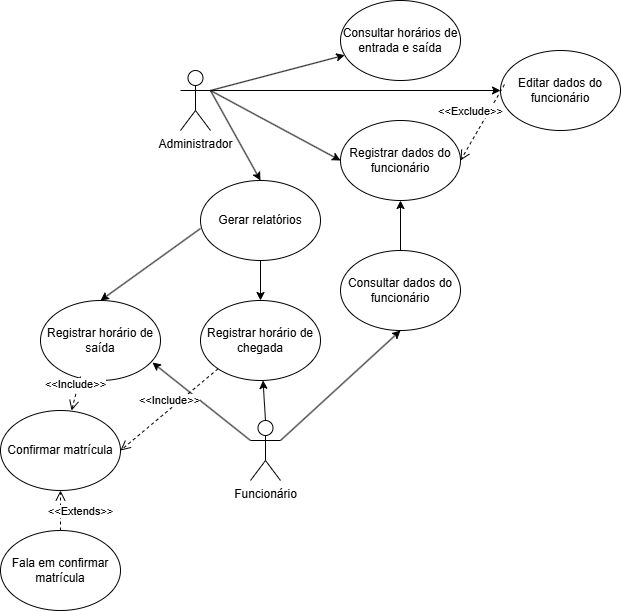
Earlier version of the draw.io export Diagrama Registro de Funcionário.drawio.png (lucass235/Entreviste_App). Source tidied: cells renumbered, new cells last; positions are measured from the earlier drawing's top-left corner, leaving out a move shared by most shapes. Its diagram source:
```xml
<mxGraphModel>
  <root>
    <mxCell id="0" />
    <mxCell id="1" parent="0" />
    <mxCell id="2" value="Administrador" style="shape=umlActor;verticalLabelPosition=bottom;verticalAlign=top;html=1;outlineConnect=0;" parent="1" vertex="1">
      <mxGeometry x="180" y="70" width="30" height="60" as="geometry" />
    </mxCell>
    <mxCell id="3" value="Funcionário" style="shape=umlActor;verticalLabelPosition=bottom;verticalAlign=top;html=1;outlineConnect=0;" parent="1" vertex="1">
      <mxGeometry x="250" y="420" width="30" height="60" as="geometry" />
    </mxCell>
    <mxCell id="4" value="Editar dados do funcionário" style="ellipse;whiteSpace=wrap;html=1;" parent="1" vertex="1">
      <mxGeometry x="500" y="50" width="120" height="80" as="geometry" />
    </mxCell>
    <mxCell id="5" style="endArrow=classic;html=1;rounded=0;exitX=1;exitY=0.3333333333333333;exitDx=0;exitDy=0;exitPerimeter=0;" parent="1" edge="1" source="2" target="6">
      <mxGeometry relative="1" as="geometry" />
    </mxCell>
    <mxCell id="6" value="Consultar horários de entrada e saída" style="ellipse;whiteSpace=wrap;html=1;" parent="1" vertex="1">
      <mxGeometry x="340" width="120" height="80" as="geometry" />
    </mxCell>
    <mxCell id="7" value="Gerar relatórios" style="ellipse;whiteSpace=wrap;html=1;" parent="1" vertex="1">
      <mxGeometry x="200" y="180" width="120" height="80" as="geometry" />
    </mxCell>
    <mxCell id="8" style="endArrow=classic;html=1;rounded=0;entryX=0.5;entryY=0;entryDx=0;entryDy=0;" parent="1" edge="1" target="7">
      <mxGeometry relative="1" as="geometry">
        <mxPoint x="210" y="90" as="sourcePoint" />
      </mxGeometry>
    </mxCell>
    <mxCell id="9" style="endArrow=classic;html=1;rounded=0;exitX=0.5;exitY=0;exitDx=0;exitDy=0;entryX=0.5;entryY=1;entryDx=0;entryDy=0;" parent="1" edge="1" source="10" target="16">
      <mxGeometry relative="1" as="geometry" />
    </mxCell>
    <mxCell id="10" value="Consultar dados do funcionário" style="ellipse;whiteSpace=wrap;html=1;" parent="1" vertex="1">
      <mxGeometry x="340" y="250" width="120" height="80" as="geometry" />
    </mxCell>
    <mxCell id="11" style="endArrow=classic;html=1;rounded=0;exitX=1;exitY=0.3333333333333333;exitDx=0;exitDy=0;exitPerimeter=0;entryX=0.5;entryY=1;entryDx=0;entryDy=0;" parent="1" edge="1" source="3" target="10">
      <mxGeometry relative="1" as="geometry" />
    </mxCell>
    <mxCell id="12" style="endArrow=classic;html=1;rounded=0;exitX=0.5;exitY=0;exitDx=0;exitDy=0;exitPerimeter=0;" parent="1" edge="1" source="3" target="13">
      <mxGeometry relative="1" as="geometry" />
    </mxCell>
    <mxCell id="13" value="Registrar horário de chegada" style="ellipse;whiteSpace=wrap;html=1;" parent="1" vertex="1">
      <mxGeometry x="200" y="300" width="120" height="80" as="geometry" />
    </mxCell>
    <mxCell id="14" value="Registrar horário de saída" style="ellipse;whiteSpace=wrap;html=1;" parent="1" vertex="1">
      <mxGeometry x="40" y="300" width="120" height="80" as="geometry" />
    </mxCell>
    <mxCell id="15" style="endArrow=classic;html=1;rounded=0;entryX=0.933;entryY=0.775;entryDx=0;entryDy=0;entryPerimeter=0;" parent="1" edge="1" target="14">
      <mxGeometry relative="1" as="geometry">
        <mxPoint x="250" y="440" as="sourcePoint" />
      </mxGeometry>
    </mxCell>
    <mxCell id="16" value="Registrar dados do funcionário" style="ellipse;whiteSpace=wrap;html=1;" parent="1" vertex="1">
      <mxGeometry x="340" y="120" width="120" height="80" as="geometry" />
    </mxCell>
    <mxCell id="17" style="endArrow=classic;html=1;rounded=0;exitX=1;exitY=0.3333333333333333;exitDx=0;exitDy=0;exitPerimeter=0;entryX=0;entryY=0.5;entryDx=0;entryDy=0;" parent="1" edge="1" source="2" target="16">
      <mxGeometry relative="1" as="geometry" />
    </mxCell>
    <mxCell id="18" style="endArrow=classic;html=1;rounded=0;exitX=0;exitY=0.6;exitDx=0;exitDy=0;entryX=0.5;entryY=0;entryDx=0;entryDy=0;exitPerimeter=0;" parent="1" edge="1" source="7" target="14">
      <mxGeometry relative="1" as="geometry" />
    </mxCell>
    <mxCell id="19" style="endArrow=classic;html=1;rounded=0;exitX=0.5;exitY=1;exitDx=0;exitDy=0;entryX=0.5;entryY=0;entryDx=0;entryDy=0;" parent="1" edge="1" source="7" target="13">
      <mxGeometry relative="1" as="geometry" />
    </mxCell>
    <mxCell id="20" style="endArrow=classic;html=1;rounded=0;exitX=1;exitY=0.3333333333333333;exitDx=0;exitDy=0;exitPerimeter=0;entryX=0;entryY=0.5;entryDx=0;entryDy=0;" parent="1" edge="1" source="2" target="4">
      <mxGeometry relative="1" as="geometry" />
    </mxCell>
    <mxCell id="21" value="&amp;lt;&amp;lt;Exclude&amp;gt;&amp;gt;" style="html=1;verticalAlign=bottom;endArrow=open;dashed=1;endSize=8;curved=0;rounded=0;exitX=0.033;exitY=0.425;exitDx=0;exitDy=0;exitPerimeter=0;entryX=1;entryY=0.5;entryDx=0;entryDy=0;" parent="1" edge="1" source="4" target="16">
      <mxGeometry x="0.1" y="-11" relative="1" as="geometry" />
    </mxCell>
    <mxCell id="22" value="Fala em confirmar matrícula" style="ellipse;whiteSpace=wrap;html=1;" parent="1" vertex="1">
      <mxGeometry y="530" width="120" height="80" as="geometry" />
    </mxCell>
    <mxCell id="23" value="Confirmar matrícula" style="ellipse;whiteSpace=wrap;html=1;" parent="1" vertex="1">
      <mxGeometry y="410" width="120" height="80" as="geometry" />
    </mxCell>
    <mxCell id="24" value="&amp;lt;&amp;lt;Include&amp;gt;&amp;gt;" style="html=1;verticalAlign=bottom;endArrow=open;dashed=1;endSize=8;curved=0;rounded=0;exitX=0.333;exitY=0.95;exitDx=0;exitDy=0;exitPerimeter=0;entryX=0.592;entryY=0;entryDx=0;entryDy=0;entryPerimeter=0;" parent="1" edge="1" source="14" target="23">
      <mxGeometry relative="1" as="geometry" />
    </mxCell>
    <mxCell id="25" value="&amp;lt;&amp;lt;Include&amp;gt;&amp;gt;" style="html=1;verticalAlign=bottom;endArrow=open;dashed=1;endSize=8;curved=0;rounded=0;exitX=0;exitY=1;exitDx=0;exitDy=0;entryX=1;entryY=0.5;entryDx=0;entryDy=0;" parent="1" edge="1" source="13" target="23">
      <mxGeometry relative="1" as="geometry" />
    </mxCell>
    <mxCell id="26" value="&amp;lt;&amp;lt;Extends&amp;gt;&amp;gt;" style="html=1;verticalAlign=bottom;endArrow=open;dashed=1;endSize=8;curved=0;rounded=0;exitX=0.5;exitY=0;exitDx=0;exitDy=0;entryX=0.5;entryY=1;entryDx=0;entryDy=0;" parent="1" edge="1" source="22" target="23">
      <mxGeometry x="-0.5" y="-20" relative="1" as="geometry" />
    </mxCell>
  </root>
</mxGraphModel>
```
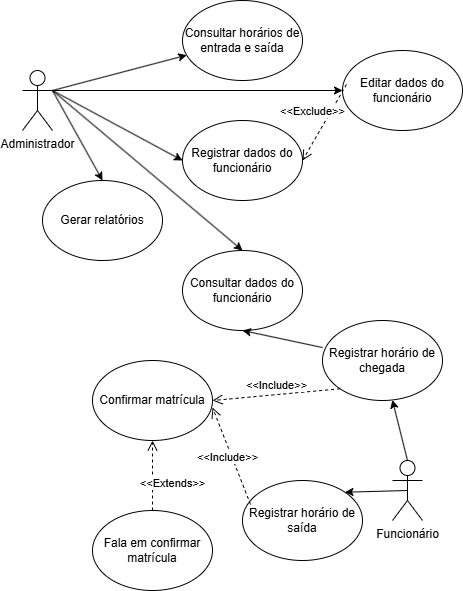
After the change.

Change to the diagram source:
```diff
@@ -6,7 +6,7 @@
       <mxGeometry x="180" y="70" width="30" height="60" as="geometry" />
     </mxCell>
     <mxCell id="3" value="Funcionário" style="shape=umlActor;verticalLabelPosition=bottom;verticalAlign=top;html=1;outlineConnect=0;" parent="1" vertex="1">
-      <mxGeometry x="250" y="420" width="30" height="60" as="geometry" />
+      <mxGeometry x="550" y="460" width="30" height="60" as="geometry" />
     </mxCell>
     <mxCell id="4" value="Editar dados do funcionário" style="ellipse;whiteSpace=wrap;html=1;" parent="1" vertex="1">
       <mxGeometry x="500" y="50" width="120" height="80" as="geometry" />
@@ -25,28 +25,28 @@
         <mxPoint x="210" y="90" as="sourcePoint" />
       </mxGeometry>
     </mxCell>
-    <mxCell id="9" style="endArrow=classic;html=1;rounded=0;exitX=0.5;exitY=0;exitDx=0;exitDy=0;entryX=0.5;entryY=1;entryDx=0;entryDy=0;" parent="1" edge="1" source="10" target="16">
-      <mxGeometry relative="1" as="geometry" />
+    <mxCell id="9" style="endArrow=classic;html=1;rounded=0;entryX=0.5;entryY=0;entryDx=0;entryDy=0;" parent="1" edge="1" target="10">
+      <mxGeometry relative="1" as="geometry">
+        <mxPoint x="210" y="90" as="sourcePoint" />
+      </mxGeometry>
     </mxCell>
     <mxCell id="10" value="Consultar dados do funcionário" style="ellipse;whiteSpace=wrap;html=1;" parent="1" vertex="1">
       <mxGeometry x="340" y="250" width="120" height="80" as="geometry" />
     </mxCell>
-    <mxCell id="11" style="endArrow=classic;html=1;rounded=0;exitX=1;exitY=0.3333333333333333;exitDx=0;exitDy=0;exitPerimeter=0;entryX=0.5;entryY=1;entryDx=0;entryDy=0;" parent="1" edge="1" source="3" target="10">
+    <mxCell id="11" style="endArrow=classic;html=1;rounded=0;entryX=0.5;entryY=1;entryDx=0;entryDy=0;exitX=0;exitY=0.338;exitDx=0;exitDy=0;exitPerimeter=0;" parent="1" edge="1" source="13" target="10">
       <mxGeometry relative="1" as="geometry" />
     </mxCell>
     <mxCell id="12" style="endArrow=classic;html=1;rounded=0;exitX=0.5;exitY=0;exitDx=0;exitDy=0;exitPerimeter=0;" parent="1" edge="1" source="3" target="13">
       <mxGeometry relative="1" as="geometry" />
     </mxCell>
     <mxCell id="13" value="Registrar horário de chegada" style="ellipse;whiteSpace=wrap;html=1;" parent="1" vertex="1">
-      <mxGeometry x="200" y="300" width="120" height="80" as="geometry" />
+      <mxGeometry x="480" y="320" width="120" height="80" as="geometry" />
     </mxCell>
     <mxCell id="14" value="Registrar horário de saída" style="ellipse;whiteSpace=wrap;html=1;" parent="1" vertex="1">
-      <mxGeometry x="40" y="300" width="120" height="80" as="geometry" />
+      <mxGeometry x="400" y="480" width="120" height="80" as="geometry" />
     </mxCell>
-    <mxCell id="15" style="endArrow=classic;html=1;rounded=0;entryX=0.933;entryY=0.775;entryDx=0;entryDy=0;entryPerimeter=0;" parent="1" edge="1" target="14">
-      <mxGeometry relative="1" as="geometry">
-        <mxPoint x="250" y="440" as="sourcePoint" />
-      </mxGeometry>
+    <mxCell id="15" style="endArrow=classic;html=1;rounded=0;entryX=1;entryY=0;entryDx=0;entryDy=0;exitX=0.5;exitY=0.5;exitDx=0;exitDy=0;exitPerimeter=0;" parent="1" edge="1" source="3" target="14">
+      <mxGeometry relative="1" as="geometry" />
     </mxCell>
     <mxCell id="16" value="Registrar dados do funcionário" style="ellipse;whiteSpace=wrap;html=1;" parent="1" vertex="1">
       <mxGeometry x="340" y="120" width="120" height="80" as="geometry" />
@@ -54,12 +54,6 @@
     <mxCell id="17" style="endArrow=classic;html=1;rounded=0;exitX=1;exitY=0.3333333333333333;exitDx=0;exitDy=0;exitPerimeter=0;entryX=0;entryY=0.5;entryDx=0;entryDy=0;" parent="1" edge="1" source="2" target="16">
       <mxGeometry relative="1" as="geometry" />
     </mxCell>
-    <mxCell id="18" style="endArrow=classic;html=1;rounded=0;exitX=0;exitY=0.6;exitDx=0;exitDy=0;entryX=0.5;entryY=0;entryDx=0;entryDy=0;exitPerimeter=0;" parent="1" edge="1" source="7" target="14">
-      <mxGeometry relative="1" as="geometry" />
-    </mxCell>
-    <mxCell id="19" style="endArrow=classic;html=1;rounded=0;exitX=0.5;exitY=1;exitDx=0;exitDy=0;entryX=0.5;entryY=0;entryDx=0;entryDy=0;" parent="1" edge="1" source="7" target="13">
-      <mxGeometry relative="1" as="geometry" />
-    </mxCell>
     <mxCell id="20" style="endArrow=classic;html=1;rounded=0;exitX=1;exitY=0.3333333333333333;exitDx=0;exitDy=0;exitPerimeter=0;entryX=0;entryY=0.5;entryDx=0;entryDy=0;" parent="1" edge="1" source="2" target="4">
       <mxGeometry relative="1" as="geometry" />
     </mxCell>
@@ -67,13 +61,13 @@
       <mxGeometry x="0.1" y="-11" relative="1" as="geometry" />
     </mxCell>
     <mxCell id="22" value="Fala em confirmar matrícula" style="ellipse;whiteSpace=wrap;html=1;" parent="1" vertex="1">
-      <mxGeometry y="530" width="120" height="80" as="geometry" />
+      <mxGeometry x="250" y="510" width="120" height="80" as="geometry" />
     </mxCell>
     <mxCell id="23" value="Confirmar matrícula" style="ellipse;whiteSpace=wrap;html=1;" parent="1" vertex="1">
-      <mxGeometry y="410" width="120" height="80" as="geometry" />
+      <mxGeometry x="250" y="360" width="120" height="80" as="geometry" />
     </mxCell>
-    <mxCell id="24" value="&amp;lt;&amp;lt;Include&amp;gt;&amp;gt;" style="html=1;verticalAlign=bottom;endArrow=open;dashed=1;endSize=8;curved=0;rounded=0;exitX=0.333;exitY=0.95;exitDx=0;exitDy=0;exitPerimeter=0;entryX=0.592;entryY=0;entryDx=0;entryDy=0;entryPerimeter=0;" parent="1" edge="1" source="14" target="23">
-      <mxGeometry relative="1" as="geometry" />
+    <mxCell id="24" value="&amp;lt;&amp;lt;Include&amp;gt;&amp;gt;" style="html=1;verticalAlign=bottom;endArrow=open;dashed=1;endSize=8;curved=0;rounded=0;exitX=0.067;exitY=0.3;exitDx=0;exitDy=0;exitPerimeter=0;entryX=1;entryY=0.588;entryDx=0;entryDy=0;entryPerimeter=0;" parent="1" edge="1" source="14" target="23">
+      <mxGeometry x="-0.15" y="8" relative="1" as="geometry" />
     </mxCell>
     <mxCell id="25" value="&amp;lt;&amp;lt;Include&amp;gt;&amp;gt;" style="html=1;verticalAlign=bottom;endArrow=open;dashed=1;endSize=8;curved=0;rounded=0;exitX=0;exitY=1;exitDx=0;exitDy=0;entryX=1;entryY=0.5;entryDx=0;entryDy=0;" parent="1" edge="1" source="13" target="23">
       <mxGeometry relative="1" as="geometry" />
```
